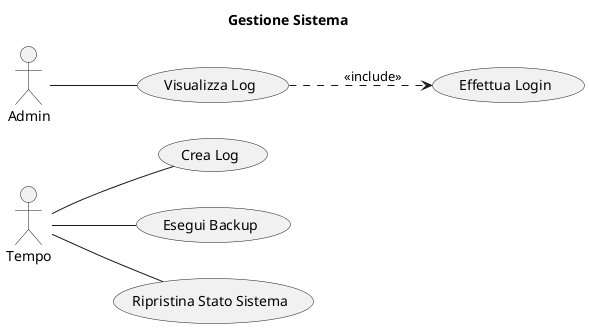
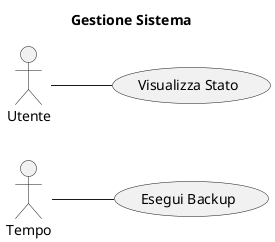
@startuml gestionesistema

title "Gestione Sistema"
left to right direction

actor Tempo
- actor Admin
+ actor Utente

- usecase "Crea Log" as Crea
- usecase "Visualizza Log" as Visualizza
+ usecase "Visualizza Stato" as Visualizza
usecase "Esegui Backup" as Esegui
- usecase "Ripristina Stato Sistema" as Ripristina
- usecase "Effettua Login" as Login

- Tempo -- Crea
Tempo -- Esegui
- Tempo -- Ripristina
- Admin -- Visualizza
- 
- Visualizza ..> Login: <<include>>
+ Utente -- Visualizza

@enduml